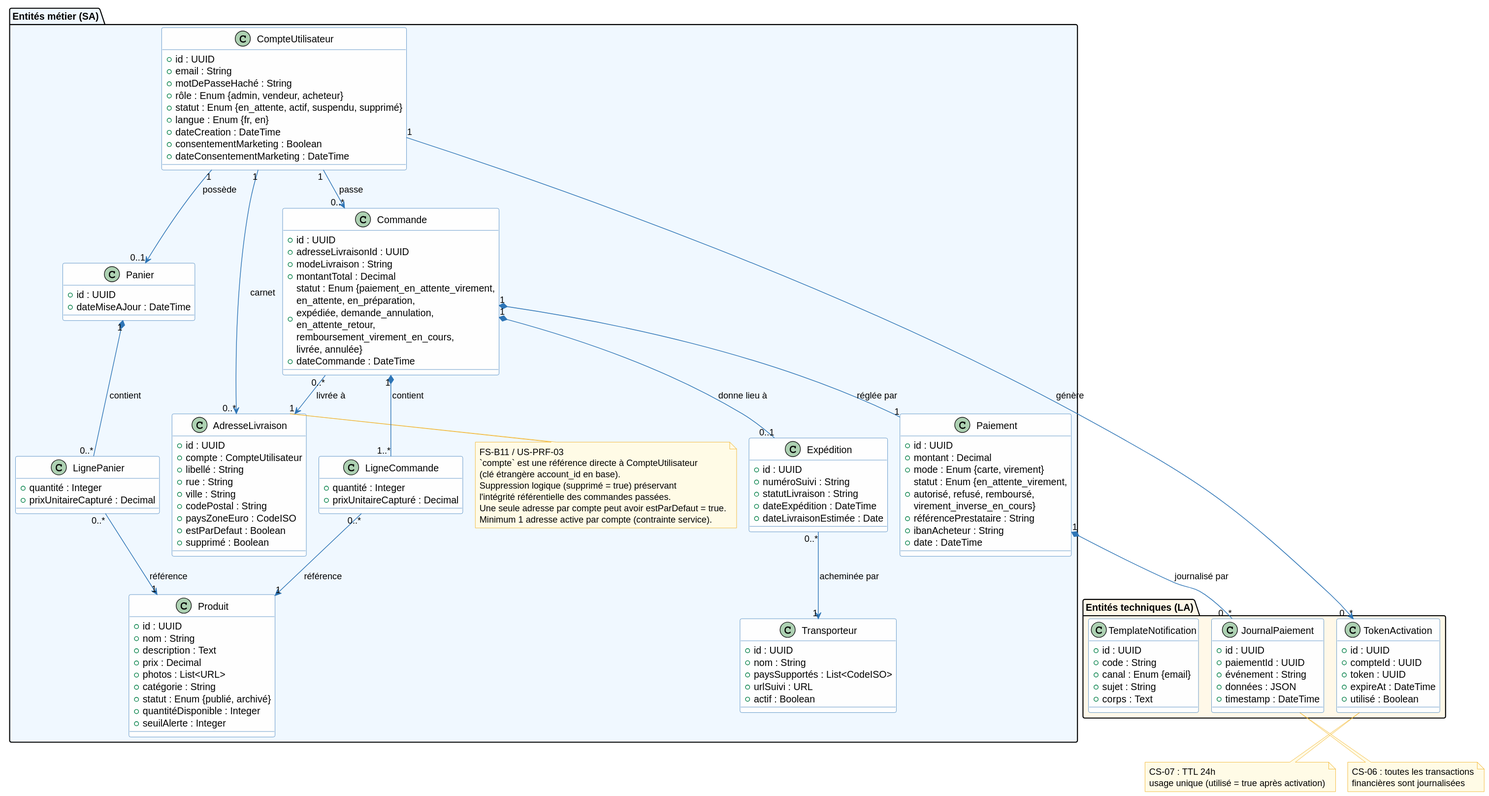
This is architecture/03-logical-architecture/diagrams/la-classes.svg from louistalvande/online_shop, a PlantUML export, as it was before one commit. The source it was exported from:
```plantuml
@startuml
skinparam classBackgroundColor #FEFEFE
skinparam classBorderColor #2E75B6
skinparam arrowColor #2E75B6
skinparam noteBackgroundColor #FFFBE6
skinparam noteBorderColor #F0A500

package "Entités métier (SA)" #F0F8FF {

  class CompteUtilisateur {
    + id : UUID
    + email : String
    + motDePasseHaché : String
    + rôle : Enum {admin, vendeur, acheteur}
    + statut : Enum {en_attente, actif, suspendu, supprimé}
    + langue : Enum {fr, en}
    + dateCreation : DateTime
    + consentementMarketing : Boolean
    + dateConsentementMarketing : DateTime
  }

  class AdresseLivraison {
    + id : UUID
    + compte : CompteUtilisateur
    + libellé : String
    + rue : String
    + ville : String
    + codePostal : String
    + paysZoneEuro : CodeISO
    + estParDefaut : Boolean
    + supprimé : Boolean
  }
  note right of AdresseLivraison
    FS-B11 / US-PRF-03
    `compte` est une référence directe à CompteUtilisateur
    (clé étrangère account_id en base).
    Suppression logique (supprimé = true) préservant
    l'intégrité référentielle des commandes passées.
    Une seule adresse par compte peut avoir estParDefaut = true.
    Minimum 1 adresse active par compte (contrainte service).
  end note

  class Produit {
    + id : UUID
    + nom : String
    + description : Text
    + prix : Decimal
    + photos : List<URL>
    + catégorie : String
    + statut : Enum {publié, archivé}
    + quantitéDisponible : Integer
    + seuilAlerte : Integer
  }

  class Panier {
    + id : UUID
    + dateMiseAJour : DateTime
  }

  class LignePanier {
    + quantité : Integer
    + prixUnitaireCapturé : Decimal
  }

  class Commande {
    + id : UUID
    + adresseLivraisonId : UUID
    + modeLivraison : String
    + montantTotal : Decimal
    + statut : Enum {paiement_en_attente_virement,\nen_attente, en_préparation,\nexpédiée, demande_annulation,\nen_attente_retour,\nremboursement_virement_en_cours,\nlivrée, annulée}
    + dateCommande : DateTime
  }

  class LigneCommande {
    + quantité : Integer
    + prixUnitaireCapturé : Decimal
  }

  class Paiement {
    + id : UUID
    + montant : Decimal
    + mode : Enum {carte, virement}
    + statut : Enum {en_attente_virement,\nautorisé, refusé, remboursé,\nvirement_inverse_en_cours}
    + référencePrestataire : String
    + ibanAcheteur : String
    + date : DateTime
  }

  class Expédition {
    + id : UUID
    + numéroSuivi : String
    + statutLivraison : String
    + dateExpédition : DateTime
    + dateLivraisonEstimée : Date
  }

  class Transporteur {
    + id : UUID
    + nom : String
    + paysSupportés : List<CodeISO>
    + urlSuivi : URL
    + actif : Boolean
  }

}

package "Entités techniques (LA)" #FFF8E8 {

  class TokenActivation {
    + id : UUID
    + compteId : UUID
    + token : UUID
    + expireAt : DateTime
    + utilisé : Boolean
  }

  class JournalPaiement {
    + id : UUID
    + paiementId : UUID
    + événement : String
    + données : JSON
    + timestamp : DateTime
  }

  class TemplateNotification {
    + id : UUID
    + code : String
    + canal : Enum {email}
    + sujet : String
    + corps : Text
  }
}

CompteUtilisateur "1" --> "0..*" TokenActivation : génère
CompteUtilisateur "1" --> "0..*" AdresseLivraison : carnet
CompteUtilisateur "1" --> "0..1" Panier : possède
CompteUtilisateur "1" --> "0..*" Commande : passe
Commande "0..*" --> "1" AdresseLivraison : livrée à
Panier "1" *-- "0..*" LignePanier : contient
LignePanier "0..*" --> "1" Produit : référence
Commande "1" *-- "1..*" LigneCommande : contient
LigneCommande "0..*" --> "1" Produit : référence
Commande "1" *-- "1" Paiement : réglée par
Commande "1" *-- "0..1" Expédition : donne lieu à
Expédition "0..*" --> "1" Transporteur : acheminée par
Paiement "1" *-- "0..*" JournalPaiement : journalisé par

note bottom of TokenActivation
  CS-07 : TTL 24h
  usage unique (utilisé = true après activation)
end note

note bottom of JournalPaiement
  CS-06 : toutes les transactions
  financières sont journalisées
end note
@enduml
```
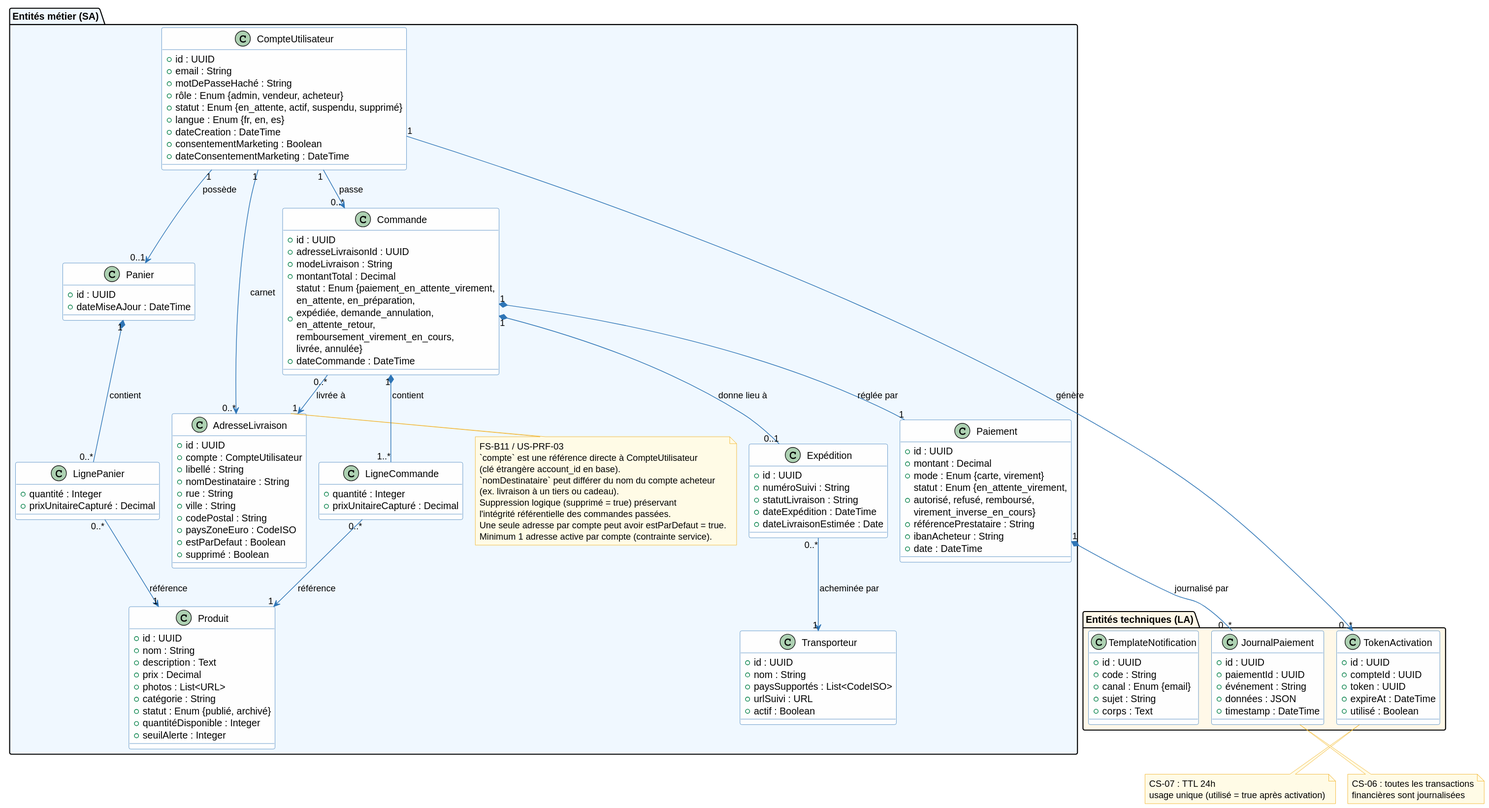
The same diagram one commit later.

What changed in the source:
```diff
@@ -13,7 +13,7 @@
     + motDePasseHaché : String
     + rôle : Enum {admin, vendeur, acheteur}
     + statut : Enum {en_attente, actif, suspendu, supprimé}
-    + langue : Enum {fr, en}
+    + langue : Enum {fr, en, es}
     + dateCreation : DateTime
     + consentementMarketing : Boolean
     + dateConsentementMarketing : DateTime
@@ -23,6 +23,7 @@
     + id : UUID
     + compte : CompteUtilisateur
     + libellé : String
+    + nomDestinataire : String
     + rue : String
     + ville : String
     + codePostal : String
@@ -34,6 +35,8 @@
     FS-B11 / US-PRF-03
     `compte` est une référence directe à CompteUtilisateur
     (clé étrangère account_id en base).
+    `nomDestinataire` peut différer du nom du compte acheteur
+    (ex. livraison à un tiers ou cadeau).
     Suppression logique (supprimé = true) préservant
     l'intégrité référentielle des commandes passées.
     Une seule adresse par compte peut avoir estParDefaut = true.
```
